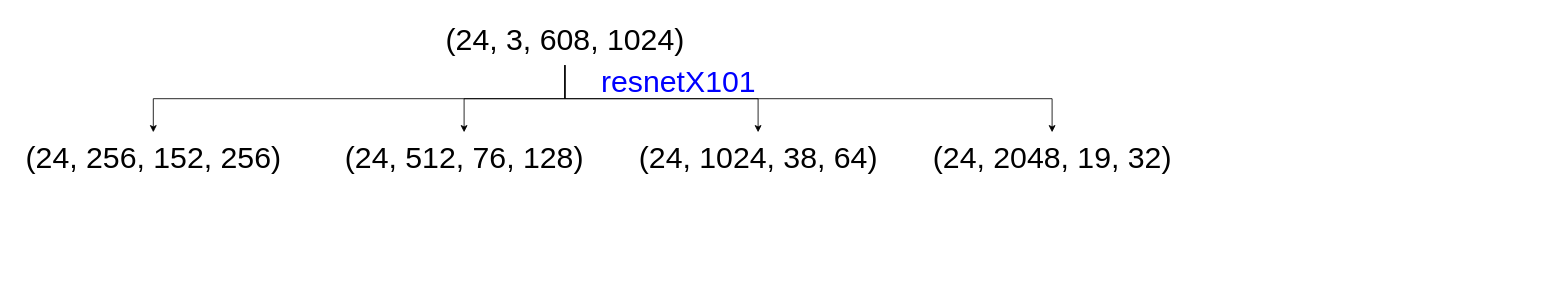
The draw.io diagram DLFE.drawio in JoesonChan/draw.io, before the edit. Source tidied: cells renumbered, new cells numbered last; positions are measured from the earlier drawing's top-left corner, leaving out a move shared by most shapes. Both pictures are drawn from the tidied source at 84%, with x=0, y=0 at pixel (14, 14).
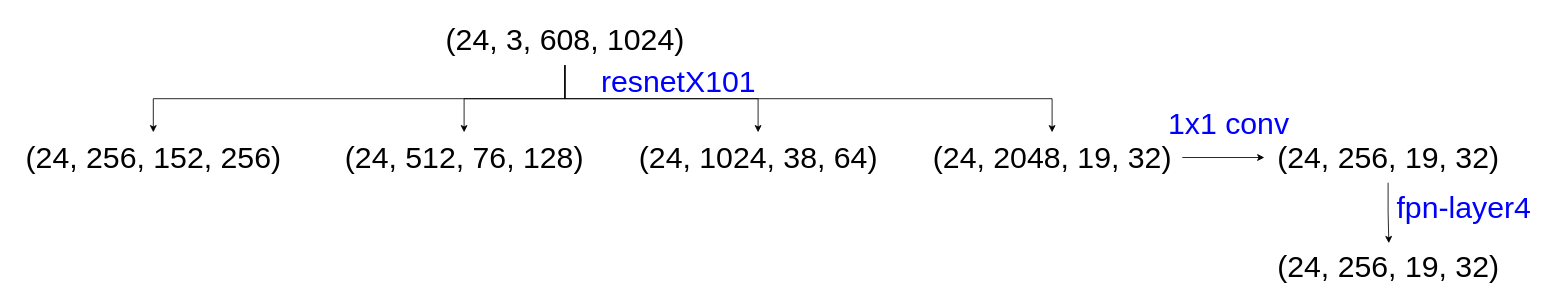
After the change.

The change refers to these unchanged cells:
```xml
<mxCell id="9" value="(24, 2048, 19, 32)" style="text;html=1;align=center;verticalAlign=middle;points=[];strokeColor=none;fillColor=none;fontSize=36;" parent="1" vertex="1">
  <mxGeometry x="1080" y="140" width="310" height="60" as="geometry" />
</mxCell>
```

Change to the diagram source:
```diff
@@
+    <mxCell id="12" style="edgeStyle=orthogonalEdgeStyle;rounded=0;jettySize=auto;html=1;entryX=-0.008;entryY=0.5;entryDx=0;entryDy=0;entryPerimeter=0;fontSize=36;fontColor=#000000;" parent="1" edge="1" source="9" target="14">
+      <mxGeometry relative="1" as="geometry" />
+    </mxCell>
@@
+    <mxCell id="13" style="edgeStyle=orthogonalEdgeStyle;rounded=0;jettySize=auto;html=1;entryX=0.503;entryY=0.033;entryDx=0;entryDy=0;entryPerimeter=0;fontSize=36;fontColor=#0000FF;" parent="1" edge="1" source="14" target="16">
+      <mxGeometry relative="1" as="geometry" />
+    </mxCell>
+    <mxCell id="14" value="&lt;font color=&quot;#000000&quot;&gt;(24, 256, 19, 32)&lt;/font&gt;" style="text;html=1;align=center;verticalAlign=middle;points=[];strokeColor=none;fillColor=none;fontSize=36;fontColor=#0000FF;" parent="1" vertex="1">
+      <mxGeometry x="1490" y="140" width="290" height="60" as="geometry" />
+    </mxCell>
+    <mxCell id="15" value="&lt;font color=&quot;#0000ff&quot;&gt;1x1 conv&lt;/font&gt;" style="text;html=1;align=center;verticalAlign=middle;strokeColor=none;fillColor=none;fontSize=36;fontColor=#000000;" parent="1" vertex="1">
+      <mxGeometry x="1360" y="100" width="170" height="60" as="geometry" />
+    </mxCell>
+    <mxCell id="16" value="&lt;font color=&quot;#000000&quot;&gt;(24, 256, 19, 32)&lt;/font&gt;" style="text;html=1;align=center;verticalAlign=middle;points=[];strokeColor=none;fillColor=none;fontSize=36;fontColor=#0000FF;" parent="1" vertex="1">
+      <mxGeometry x="1490" y="270" width="290" height="60" as="geometry" />
+    </mxCell>
+    <mxCell id="17" value="fpn-layer4" style="text;html=1;align=center;verticalAlign=middle;strokeColor=none;fillColor=none;fontSize=36;fontColor=#0000FF;" parent="1" vertex="1">
+      <mxGeometry x="1635" y="200" width="180" height="60" as="geometry" />
+    </mxCell>
```
